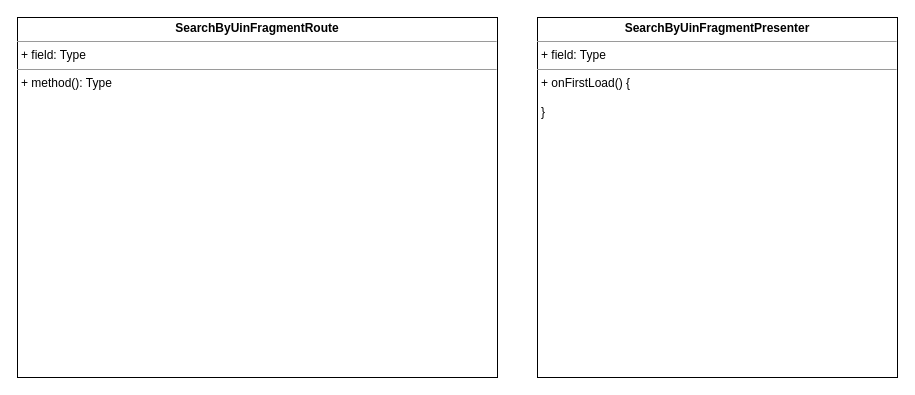
Before: UNI-18237.drawio in ShiryaevNikolay/diagrams, a draw.io diagram. Source tidied: cells renumbered, new cells numbered last; positions are measured from the earlier drawing's top-left corner, leaving out a move shared by most shapes. Both pictures are drawn from the tidied source at 100%, with x=0, y=0 at pixel (17, 17).
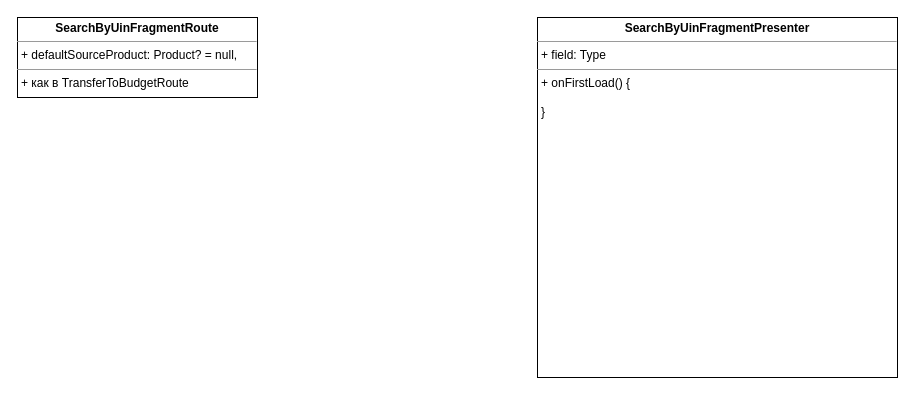
After the change.

What changed in the source:
```diff
@@
 <mxGraphModel>
   <root>
     <mxCell id="0" />
     <mxCell id="1" parent="0" />
     <mxCell id="2" value="&lt;p style=&quot;margin:0px;margin-top:4px;text-align:center;&quot;&gt;&lt;b&gt;SearchByUinFragmentPresenter&lt;/b&gt;&lt;/p&gt;&lt;hr size=&quot;1&quot;&gt;&lt;p style=&quot;margin:0px;margin-left:4px;&quot;&gt;+ field: Type&lt;/p&gt;&lt;hr size=&quot;1&quot;&gt;&lt;p style=&quot;margin:0px;margin-left:4px;&quot;&gt;+ onFirstLoad() {&lt;/p&gt;&lt;p style=&quot;margin:0px;margin-left:4px;&quot;&gt;&lt;br&gt;&lt;/p&gt;&lt;p style=&quot;margin:0px;margin-left:4px;&quot;&gt;}&lt;br&gt;&lt;/p&gt;" style="verticalAlign=top;align=left;overflow=fill;fontSize=12;fontFamily=Helvetica;html=1;" parent="1" vertex="1">
       <mxGeometry x="520" width="360" height="360" as="geometry" />
     </mxCell>
-    <mxCell id="3" value="&lt;p style=&quot;margin:0px;margin-top:4px;text-align:center;&quot;&gt;&lt;b&gt;SearchByUinFragmentRoute&lt;/b&gt;&lt;/p&gt;&lt;hr size=&quot;1&quot;&gt;&lt;p style=&quot;margin:0px;margin-left:4px;&quot;&gt;+ field: Type&lt;/p&gt;&lt;hr size=&quot;1&quot;&gt;&lt;p style=&quot;margin:0px;margin-left:4px;&quot;&gt;+ method(): Type&lt;/p&gt;" style="verticalAlign=top;align=left;overflow=fill;fontSize=12;fontFamily=Helvetica;html=1;" parent="1" vertex="1">
-      <mxGeometry width="480" height="360" as="geometry" />
+    <mxCell id="3" value="&lt;p style=&quot;margin:0px;margin-top:4px;text-align:center;&quot;&gt;&lt;b&gt;SearchByUinFragmentRoute&lt;/b&gt;&lt;/p&gt;&lt;hr size=&quot;1&quot;&gt;&lt;p style=&quot;margin:0px;margin-left:4px;&quot;&gt;+ defaultSourceProduct: Product? = null, &lt;br&gt;&lt;/p&gt;&lt;hr size=&quot;1&quot;&gt;&lt;p style=&quot;margin:0px;margin-left:4px;&quot;&gt;+ как в TransferToBudgetRoute&lt;br&gt;&lt;/p&gt;" style="verticalAlign=top;align=left;overflow=fill;fontSize=12;fontFamily=Helvetica;html=1;" parent="1" vertex="1">
+      <mxGeometry width="240" height="80" as="geometry" />
     </mxCell>
   </root>
 </mxGraphModel>
```
